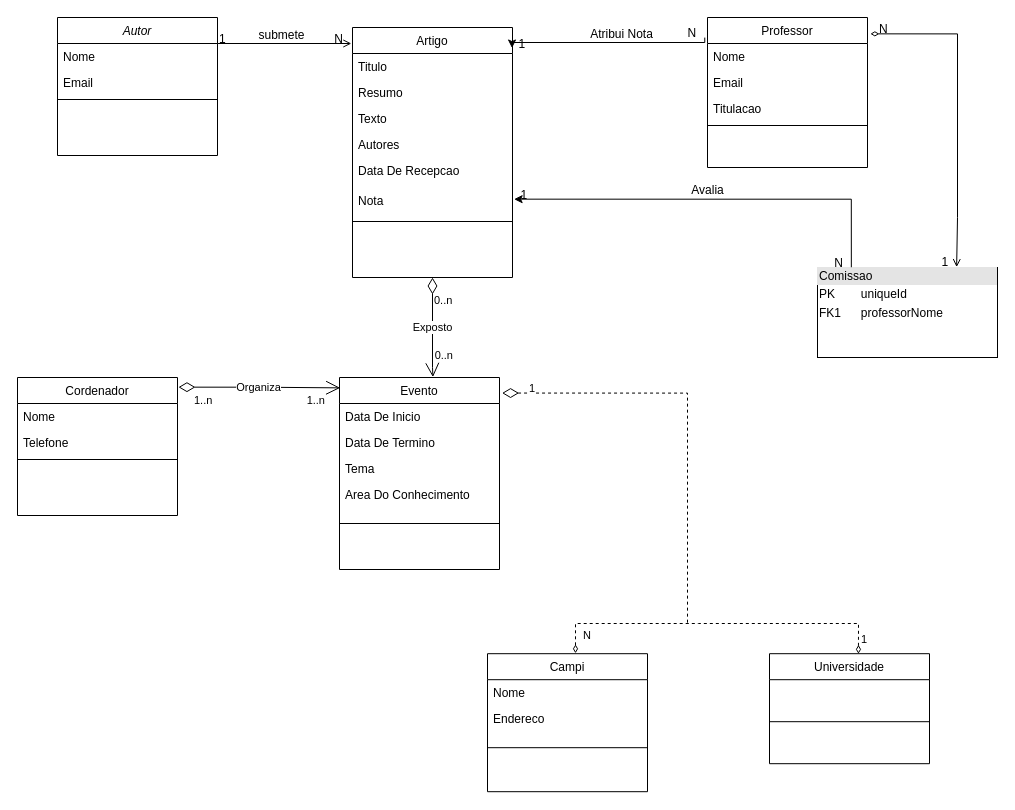
The draw.io diagram ufbna.drawio in BaagrieL/ufbna-diagrams, before the edit. Source tidied: cells renumbered, new cells numbered last; positions are measured from the earlier drawing's top-left corner, leaving out a move shared by most shapes. Both pictures are drawn from the tidied source at 100%, with x=0, y=0 at pixel (17, 17).
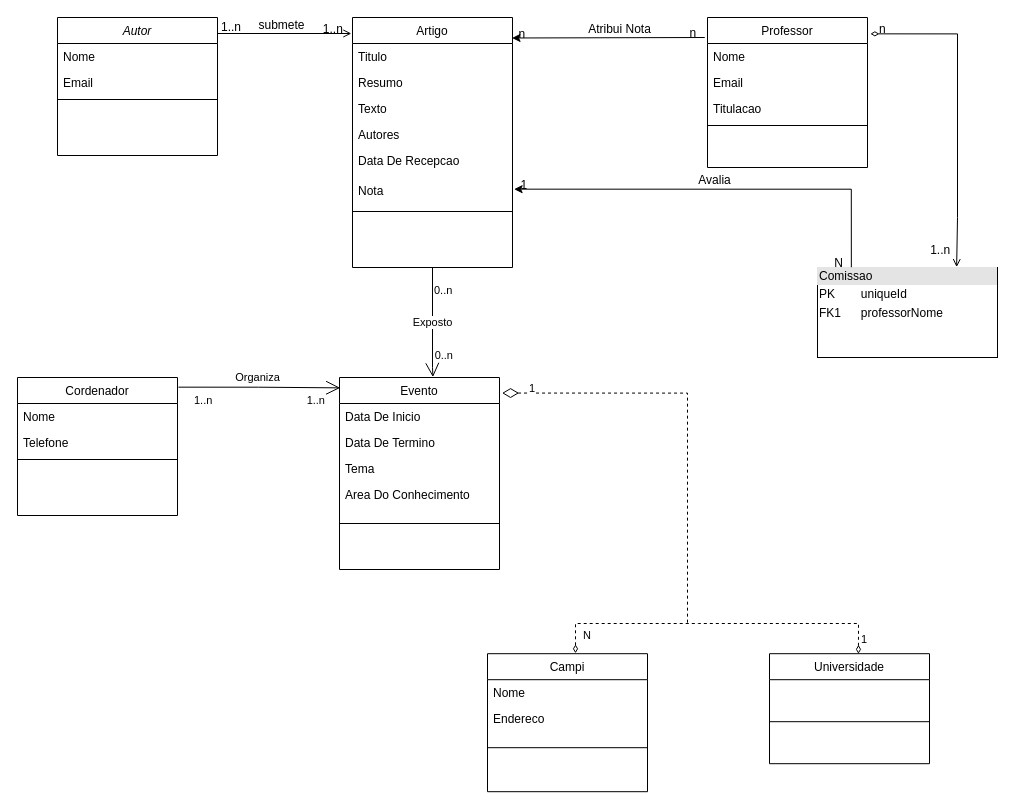
The same diagram, later.

Commit message:
Correção de mais erros

Unchanged cells that the change refers to:
```xml
<mxCell id="6" value="Cordenador" style="swimlane;fontStyle=0;align=center;verticalAlign=top;horizontal=1;startSize=26;rounded=0;shadow=0;strokeWidth=1;" parent="1" vertex="1">
  <mxGeometry y="360" width="160" height="138" as="geometry" />
</mxCell>
<mxCell id="10" value="Evento" style="swimlane;fontStyle=0;align=center;verticalAlign=top;horizontal=1;startSize=26;rounded=0;shadow=0;strokeWidth=1;" parent="1" vertex="1">
  <mxGeometry x="322" y="360" width="160" height="192" as="geometry" />
</mxCell>
<mxCell id="24" style="endArrow=open;shadow=0;strokeWidth=1;rounded=0;endFill=1;edgeStyle=elbowEdgeStyle;elbow=vertical;entryX=-0.007;entryY=0.065;entryDx=0;entryDy=0;entryPerimeter=0;" parent="1" edge="1" source="2" target="16">
  <mxGeometry x="0.5" y="41" relative="1" as="geometry">
    <mxPoint x="-40" y="32" as="offset" />
  </mxGeometry>
</mxCell>
<mxCell id="40" style="endArrow=none;shadow=0;strokeWidth=1;rounded=0;endFill=0;edgeStyle=elbowEdgeStyle;elbow=vertical;entryX=-0.017;entryY=0.134;entryDx=0;entryDy=0;entryPerimeter=0;exitX=0.997;exitY=0.082;exitDx=0;exitDy=0;exitPerimeter=0;startArrow=classic;startFill=1;" parent="1" edge="1" source="16" target="28">
  <mxGeometry x="0.5" y="41" relative="1" as="geometry">
    <mxPoint x="-40" y="32" as="offset" />
  </mxGeometry>
</mxCell>
<mxCell id="44" style="endArrow=open;shadow=0;strokeWidth=1;rounded=0;endFill=1;exitX=1.018;exitY=0.109;exitDx=0;exitDy=0;exitPerimeter=0;elbow=vertical;startArrow=diamondThin;startFill=0;entryX=0.773;entryY=-0.004;entryDx=0;entryDy=0;entryPerimeter=0;edgeStyle=orthogonalEdgeStyle;" parent="1" edge="1" source="28" target="33">
  <mxGeometry x="0.5" y="41" relative="1" as="geometry">
    <Array as="points">
      <mxPoint x="940" y="16" />
      <mxPoint x="940" y="200" />
      <mxPoint x="939" y="200" />
    </Array>
    <mxPoint x="-40" y="32" as="offset" />
  </mxGeometry>
</mxCell>
```

Diff of the diagram source:
```diff
@@
     <mxCell id="16" value="Artigo" style="swimlane;fontStyle=0;align=center;verticalAlign=top;horizontal=1;startSize=26;rounded=0;shadow=0;strokeWidth=1;" parent="1" vertex="1">
-      <mxGeometry x="335" y="10" width="160" height="250" as="geometry" />
+      <mxGeometry x="335" width="160" height="250" as="geometry" />
     </mxCell>
@@
-    <mxCell id="25" value="1" style="align=left;verticalAlign=bottom;labelBackgroundColor=none;fontSize=12;" parent="24" vertex="1">
+    <mxCell id="25" value="1..n" style="align=left;verticalAlign=bottom;labelBackgroundColor=none;fontSize=12;" parent="24" vertex="1">
       <mxGeometry x="-1" relative="1" as="geometry">
-        <mxPoint y="4" as="offset" />
+        <mxPoint x="2" y="2" as="offset" />
       </mxGeometry>
     </mxCell>
-    <mxCell id="26" value="N" style="align=right;verticalAlign=bottom;labelBackgroundColor=none;fontSize=12;" parent="24" vertex="1">
+    <mxCell id="26" value="1..n" style="align=right;verticalAlign=bottom;labelBackgroundColor=none;fontSize=12;" parent="24" vertex="1">
       <mxGeometry x="1" relative="1" as="geometry">
         <mxPoint x="-7" y="4" as="offset" />
       </mxGeometry>
     </mxCell>
@@
-    <mxCell id="41" value="1" style="align=left;verticalAlign=bottom;labelBackgroundColor=none;fontSize=12;" parent="40" vertex="1">
+    <mxCell id="41" value="n" style="align=left;verticalAlign=bottom;labelBackgroundColor=none;fontSize=12;" parent="40" vertex="1">
       <mxGeometry x="-1" relative="1" as="geometry">
         <mxPoint x="5" y="4" as="offset" />
       </mxGeometry>
     </mxCell>
-    <mxCell id="42" value="N" style="align=right;verticalAlign=bottom;labelBackgroundColor=none;fontSize=12;" parent="40" vertex="1">
+    <mxCell id="42" value="n" style="align=right;verticalAlign=bottom;labelBackgroundColor=none;fontSize=12;" parent="40" vertex="1">
       <mxGeometry x="1" relative="1" as="geometry">
         <mxPoint x="-7" y="4" as="offset" />
       </mxGeometry>
     </mxCell>
@@
-    <mxCell id="45" value="N" style="align=left;verticalAlign=bottom;labelBackgroundColor=none;fontSize=12;" parent="44" vertex="1">
+    <mxCell id="45" value="n" style="align=left;verticalAlign=bottom;labelBackgroundColor=none;fontSize=12;" parent="44" vertex="1">
       <mxGeometry x="-1" relative="1" as="geometry">
         <mxPoint x="7" y="4" as="offset" />
       </mxGeometry>
     </mxCell>
-    <mxCell id="46" value="1" style="align=right;verticalAlign=bottom;labelBackgroundColor=none;fontSize=12;" parent="44" vertex="1">
+    <mxCell id="46" value="1..n" style="align=right;verticalAlign=bottom;labelBackgroundColor=none;fontSize=12;" parent="44" vertex="1">
       <mxGeometry x="1" relative="1" as="geometry">
-        <mxPoint x="-7" y="4" as="offset" />
+        <mxPoint x="-5" y="-8" as="offset" />
       </mxGeometry>
     </mxCell>
@@
-    <mxCell id="51" value="Exposto" style="endArrow=open;html=1;endSize=12;startArrow=diamondThin;startSize=14;startFill=0;edgeStyle=orthogonalEdgeStyle;rounded=0;entryX=0.584;entryY=-0.002;entryDx=0;entryDy=0;entryPerimeter=0;exitX=0.5;exitY=1;exitDx=0;exitDy=0;" parent="1" edge="1" source="16" target="10">
+    <mxCell id="51" value="Exposto" style="endArrow=open;html=1;endSize=12;startArrow=none;startSize=14;startFill=0;edgeStyle=orthogonalEdgeStyle;rounded=0;entryX=0.584;entryY=-0.002;entryDx=0;entryDy=0;entryPerimeter=0;exitX=0.5;exitY=1;exitDx=0;exitDy=0;" parent="1" edge="1" source="16" target="10">
       <mxGeometry relative="1" as="geometry">
         <Array as="points">
           <mxPoint x="415" y="350" />
         </Array>
       </mxGeometry>
     </mxCell>
@@
-    <mxCell id="54" value="Organiza" style="endArrow=open;html=1;endSize=12;startArrow=diamondThin;startSize=14;startFill=0;edgeStyle=orthogonalEdgeStyle;rounded=0;exitX=1.006;exitY=0.07;exitDx=0;exitDy=0;exitPerimeter=0;entryX=0.004;entryY=0.054;entryDx=0;entryDy=0;entryPerimeter=0;" parent="1" edge="1" source="6" target="10">
-      <mxGeometry relative="1" as="geometry" />
+    <mxCell id="54" value="Organiza" style="endArrow=open;html=1;endSize=12;startArrow=none;startSize=14;startFill=0;edgeStyle=orthogonalEdgeStyle;rounded=0;exitX=1.006;exitY=0.07;exitDx=0;exitDy=0;exitPerimeter=0;entryX=0.004;entryY=0.054;entryDx=0;entryDy=0;entryPerimeter=0;" parent="1" edge="1" source="6" target="10">
+      <mxGeometry x="-0.03" y="10" relative="1" as="geometry" />
     </mxCell>
```
